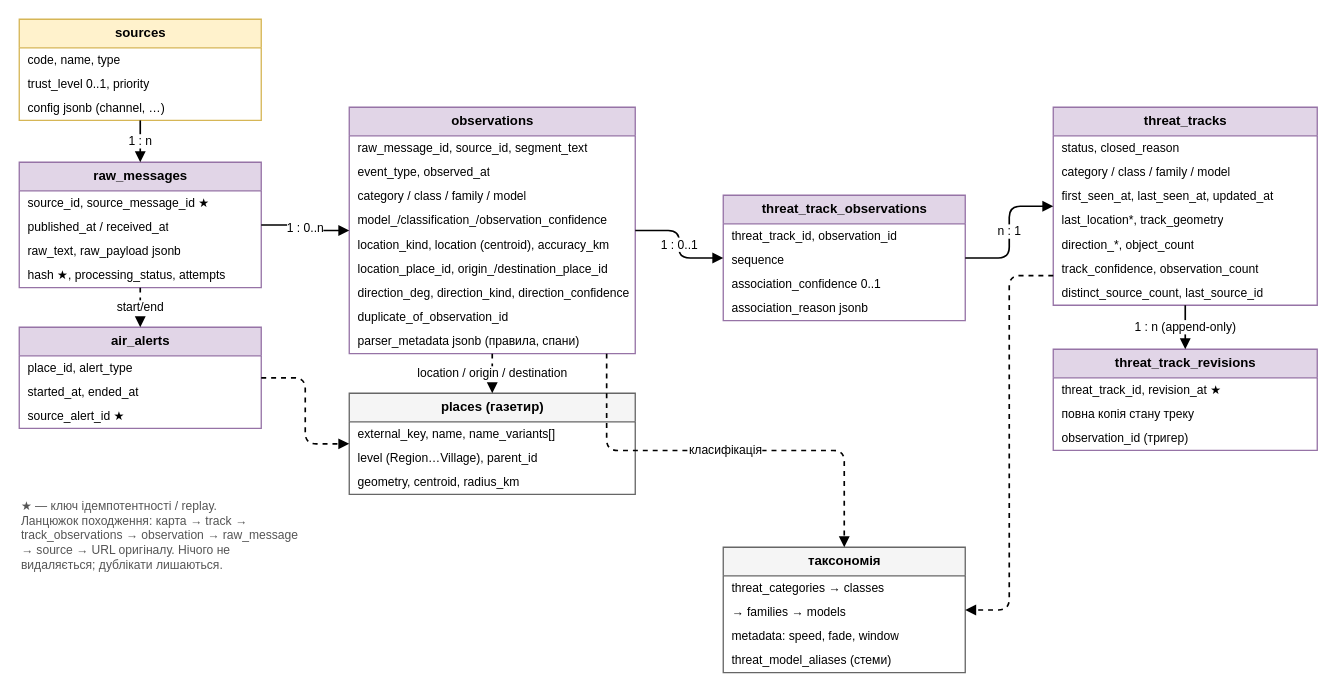
Before: docs/diagrams/03-data-model.drawio in sql-monk/Puluj, a draw.io diagram. Source tidied: cells renumbered, new cells numbered last; positions are measured from the earlier drawing's top-left corner, leaving out a move shared by most shapes. Both pictures are drawn from the tidied source at 110%, with x=0, y=0 at pixel (19, 19).
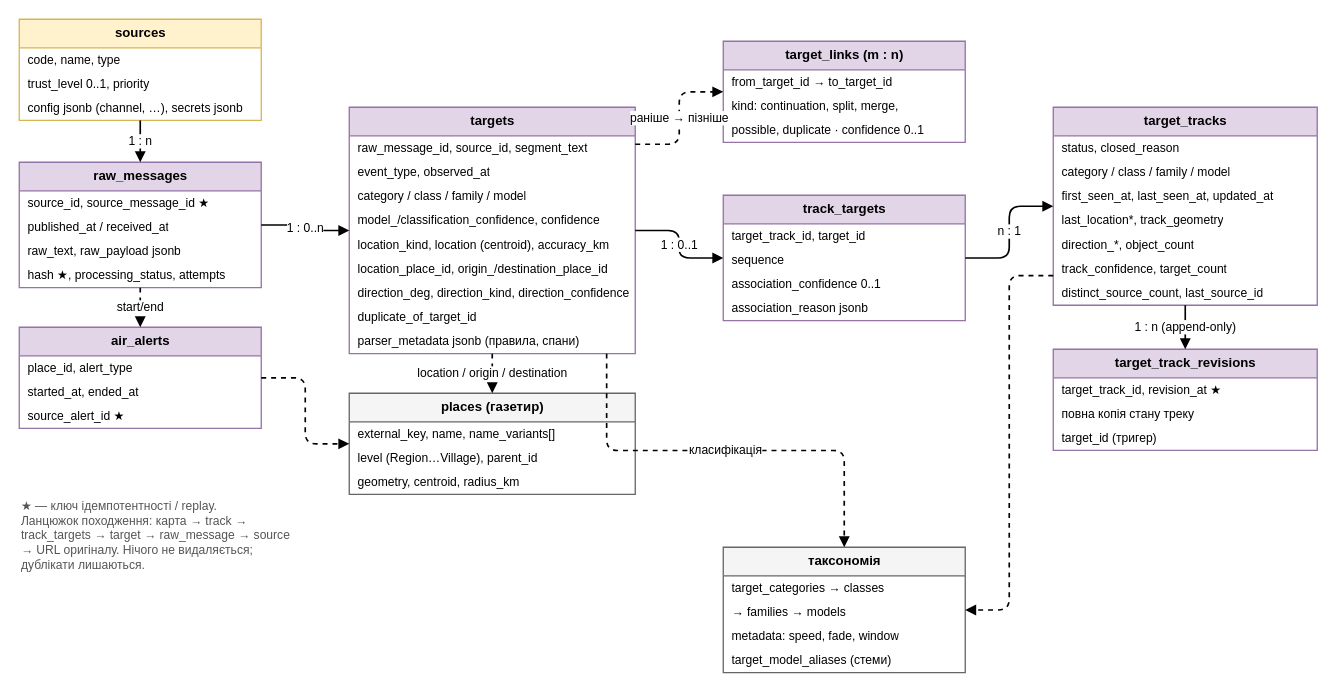
The same diagram, later.

Unchanged cells that the change refers to:
```xml
<mxCell id="2" value="sources" style="swimlane;fontStyle=1;horizontal=1;startSize=26;html=1;fontSize=12;strokeWidth=1.2;fillColor=#fff2cc;strokeColor=#d6b656;" parent="1" vertex="1">
  <mxGeometry width="220" height="92" as="geometry" />
</mxCell>
<mxCell id="6" value="raw_messages" style="swimlane;fontStyle=1;horizontal=1;startSize=26;html=1;fontSize=12;strokeWidth=1.2;fillColor=#e1d5e7;strokeColor=#9673a6;" parent="1" vertex="1">
  <mxGeometry y="130" width="220" height="114" as="geometry" />
</mxCell>
<mxCell id="38" value="places (газетир)" style="swimlane;fontStyle=1;horizontal=1;startSize=26;html=1;fontSize=12;strokeWidth=1.2;fillColor=#f5f5f5;strokeColor=#666666;" parent="1" vertex="1">
  <mxGeometry x="300" y="340" width="260" height="92" as="geometry" />
</mxCell>
<mxCell id="42" value="таксономія" style="swimlane;fontStyle=1;horizontal=1;startSize=26;html=1;fontSize=12;strokeWidth=1.2;fillColor=#f5f5f5;strokeColor=#666666;" parent="1" vertex="1">
  <mxGeometry x="640" y="480" width="220" height="114" as="geometry" />
</mxCell>
<mxCell id="47" value="air_alerts" style="swimlane;fontStyle=1;horizontal=1;startSize=26;html=1;fontSize=12;strokeWidth=1.2;fillColor=#e1d5e7;strokeColor=#9673a6;" parent="1" vertex="1">
  <mxGeometry y="280" width="220" height="92" as="geometry" />
</mxCell>
```

Change to the diagram source:
```diff
@@
-    <mxCell id="5" value="config jsonb (channel, …)" style="text;strokeColor=none;fillColor=none;align=left;verticalAlign=middle;spacingLeft=6;spacingRight=4;overflow=hidden;html=1;fontSize=11;" parent="2" vertex="1">
+    <mxCell id="5" value="config jsonb (channel, …), secrets jsonb" style="text;strokeColor=none;fillColor=none;align=left;verticalAlign=middle;spacingLeft=6;spacingRight=4;overflow=hidden;html=1;fontSize=11;" parent="2" vertex="1">
       <mxGeometry y="70" width="220" height="22" as="geometry" />
     </mxCell>
@@
-    <mxCell id="11" value="observations" style="swimlane;fontStyle=1;horizontal=1;startSize=26;html=1;fontSize=12;strokeWidth=1.2;fillColor=#e1d5e7;strokeColor=#9673a6;" parent="1" vertex="1">
+    <mxCell id="11" value="targets" style="swimlane;fontStyle=1;horizontal=1;startSize=26;html=1;fontSize=12;strokeWidth=1.2;fillColor=#e1d5e7;strokeColor=#9673a6;" parent="1" vertex="1">
       <mxGeometry x="300" y="80" width="260" height="224" as="geometry" />
     </mxCell>
@@
-    <mxCell id="15" value="model_/classification_/observation_confidence" style="text;strokeColor=none;fillColor=none;align=left;verticalAlign=middle;spacingLeft=6;spacingRight=4;overflow=hidden;html=1;fontSize=11;" parent="11" vertex="1">
+    <mxCell id="15" value="model_/classification_confidence, confidence" style="text;strokeColor=none;fillColor=none;align=left;verticalAlign=middle;spacingLeft=6;spacingRight=4;overflow=hidden;html=1;fontSize=11;" parent="11" vertex="1">
       <mxGeometry y="92" width="260" height="22" as="geometry" />
     </mxCell>
@@
-    <mxCell id="19" value="duplicate_of_observation_id" style="text;strokeColor=none;fillColor=none;align=left;verticalAlign=middle;spacingLeft=6;spacingRight=4;overflow=hidden;html=1;fontSize=11;" parent="11" vertex="1">
+    <mxCell id="19" value="duplicate_of_target_id" style="text;strokeColor=none;fillColor=none;align=left;verticalAlign=middle;spacingLeft=6;spacingRight=4;overflow=hidden;html=1;fontSize=11;" parent="11" vertex="1">
       <mxGeometry y="180" width="260" height="22" as="geometry" />
     </mxCell>
@@
-    <mxCell id="21" value="threat_track_observations" style="swimlane;fontStyle=1;horizontal=1;startSize=26;html=1;fontSize=12;strokeWidth=1.2;fillColor=#e1d5e7;strokeColor=#9673a6;" parent="1" vertex="1">
+    <mxCell id="21" value="track_targets" style="swimlane;fontStyle=1;horizontal=1;startSize=26;html=1;fontSize=12;strokeWidth=1.2;fillColor=#e1d5e7;strokeColor=#9673a6;" parent="1" vertex="1">
       <mxGeometry x="640" y="160" width="220" height="114" as="geometry" />
     </mxCell>
-    <mxCell id="22" value="threat_track_id, observation_id" style="text;strokeColor=none;fillColor=none;align=left;verticalAlign=middle;spacingLeft=6;spacingRight=4;overflow=hidden;html=1;fontSize=11;" parent="21" vertex="1">
+    <mxCell id="22" value="target_track_id, target_id" style="text;strokeColor=none;fillColor=none;align=left;verticalAlign=middle;spacingLeft=6;spacingRight=4;overflow=hidden;html=1;fontSize=11;" parent="21" vertex="1">
       <mxGeometry y="26" width="220" height="22" as="geometry" />
     </mxCell>
@@
-    <mxCell id="26" value="threat_tracks" style="swimlane;fontStyle=1;horizontal=1;startSize=26;html=1;fontSize=12;strokeWidth=1.2;fillColor=#e1d5e7;strokeColor=#9673a6;" parent="1" vertex="1">
+    <mxCell id="26" value="target_tracks" style="swimlane;fontStyle=1;horizontal=1;startSize=26;html=1;fontSize=12;strokeWidth=1.2;fillColor=#e1d5e7;strokeColor=#9673a6;" parent="1" vertex="1">
       <mxGeometry x="940" y="80" width="240" height="180" as="geometry" />
     </mxCell>
@@
-    <mxCell id="32" value="track_confidence, observation_count" style="text;strokeColor=none;fillColor=none;align=left;verticalAlign=middle;spacingLeft=6;spacingRight=4;overflow=hidden;html=1;fontSize=11;" parent="26" vertex="1">
+    <mxCell id="32" value="track_confidence, target_count" style="text;strokeColor=none;fillColor=none;align=left;verticalAlign=middle;spacingLeft=6;spacingRight=4;overflow=hidden;html=1;fontSize=11;" parent="26" vertex="1">
       <mxGeometry y="136" width="240" height="22" as="geometry" />
     </mxCell>
@@
-    <mxCell id="34" value="threat_track_revisions" style="swimlane;fontStyle=1;horizontal=1;startSize=26;html=1;fontSize=12;strokeWidth=1.2;fillColor=#e1d5e7;strokeColor=#9673a6;" parent="1" vertex="1">
+    <mxCell id="34" value="target_track_revisions" style="swimlane;fontStyle=1;horizontal=1;startSize=26;html=1;fontSize=12;strokeWidth=1.2;fillColor=#e1d5e7;strokeColor=#9673a6;" parent="1" vertex="1">
       <mxGeometry x="940" y="300" width="240" height="92" as="geometry" />
     </mxCell>
-    <mxCell id="35" value="threat_track_id, revision_at ★" style="text;strokeColor=none;fillColor=none;align=left;verticalAlign=middle;spacingLeft=6;spacingRight=4;overflow=hidden;html=1;fontSize=11;" parent="34" vertex="1">
+    <mxCell id="35" value="target_track_id, revision_at ★" style="text;strokeColor=none;fillColor=none;align=left;verticalAlign=middle;spacingLeft=6;spacingRight=4;overflow=hidden;html=1;fontSize=11;" parent="34" vertex="1">
       <mxGeometry y="26" width="240" height="22" as="geometry" />
     </mxCell>
@@
-    <mxCell id="37" value="observation_id (тригер)" style="text;strokeColor=none;fillColor=none;align=left;verticalAlign=middle;spacingLeft=6;spacingRight=4;overflow=hidden;html=1;fontSize=11;" parent="34" vertex="1">
+    <mxCell id="37" value="target_id (тригер)" style="text;strokeColor=none;fillColor=none;align=left;verticalAlign=middle;spacingLeft=6;spacingRight=4;overflow=hidden;html=1;fontSize=11;" parent="34" vertex="1">
       <mxGeometry y="70" width="240" height="22" as="geometry" />
     </mxCell>
@@
-    <mxCell id="43" value="threat_categories → classes" style="text;strokeColor=none;fillColor=none;align=left;verticalAlign=middle;spacingLeft=6;spacingRight=4;overflow=hidden;html=1;fontSize=11;" parent="42" vertex="1">
+    <mxCell id="43" value="target_categories → classes" style="text;strokeColor=none;fillColor=none;align=left;verticalAlign=middle;spacingLeft=6;spacingRight=4;overflow=hidden;html=1;fontSize=11;" parent="42" vertex="1">
       <mxGeometry y="26" width="220" height="22" as="geometry" />
     </mxCell>
@@
-    <mxCell id="46" value="threat_model_aliases (стеми)" style="text;strokeColor=none;fillColor=none;align=left;verticalAlign=middle;spacingLeft=6;spacingRight=4;overflow=hidden;html=1;fontSize=11;" parent="42" vertex="1">
+    <mxCell id="46" value="target_model_aliases (стеми)" style="text;strokeColor=none;fillColor=none;align=left;verticalAlign=middle;spacingLeft=6;spacingRight=4;overflow=hidden;html=1;fontSize=11;" parent="42" vertex="1">
       <mxGeometry y="92" width="220" height="22" as="geometry" />
     </mxCell>
@@
+    <mxCell id="62" value="target_links (m : n)" style="swimlane;fontStyle=1;horizontal=1;startSize=26;html=1;fontSize=12;strokeWidth=1.2;fillColor=#e1d5e7;strokeColor=#9673a6;" parent="1" vertex="1">
+      <mxGeometry x="640" y="20" width="220" height="92" as="geometry" />
+    </mxCell>
+    <mxCell id="63" value="from_target_id → to_target_id" style="text;strokeColor=none;fillColor=none;align=left;verticalAlign=middle;spacingLeft=6;spacingRight=4;overflow=hidden;html=1;fontSize=11;" parent="62" vertex="1">
+      <mxGeometry y="26" width="220" height="22" as="geometry" />
+    </mxCell>
+    <mxCell id="64" value="kind: continuation, split, merge," style="text;strokeColor=none;fillColor=none;align=left;verticalAlign=middle;spacingLeft=6;spacingRight=4;overflow=hidden;html=1;fontSize=11;" parent="62" vertex="1">
+      <mxGeometry y="48" width="220" height="22" as="geometry" />
+    </mxCell>
+    <mxCell id="65" value="possible, duplicate · confidence 0..1" style="text;strokeColor=none;fillColor=none;align=left;verticalAlign=middle;spacingLeft=6;spacingRight=4;overflow=hidden;html=1;fontSize=11;" parent="62" vertex="1">
+      <mxGeometry y="70" width="220" height="22" as="geometry" />
+    </mxCell>
@@
-    <mxCell id="54" value="n : 1" style="edgeStyle=orthogonalEdgeStyle;rounded=1;html=1;endArrow=block;endFill=1;strokeWidth=1.5;fontSize=11;exitX=1;exitY=0.5;exitDx=0;exitDy=0;entryX=0;entryY=0.5;entryDx=0;entryDy=0;" parent="1" edge="1" source="21" target="26">
+    <mxCell id="54" value="раніше → пізніше" style="edgeStyle=orthogonalEdgeStyle;rounded=1;html=1;endArrow=block;endFill=1;strokeWidth=1.5;fontSize=11;exitX=1;exitY=0.15;exitDx=0;exitDy=0;entryX=0;entryY=0.5;entryDx=0;entryDy=0;dashed=1;" parent="1" edge="1" source="11" target="62">
       <mxGeometry relative="1" as="geometry" />
     </mxCell>
-    <mxCell id="55" value="1 : n (append-only)" style="edgeStyle=orthogonalEdgeStyle;rounded=1;html=1;endArrow=block;endFill=1;strokeWidth=1.5;fontSize=11;exitX=0.5;exitY=1;exitDx=0;exitDy=0;entryX=0.5;entryY=0;entryDx=0;entryDy=0;" parent="1" edge="1" source="26" target="34">
+    <mxCell id="55" value="n : 1" style="edgeStyle=orthogonalEdgeStyle;rounded=1;html=1;endArrow=block;endFill=1;strokeWidth=1.5;fontSize=11;exitX=1;exitY=0.5;exitDx=0;exitDy=0;entryX=0;entryY=0.5;entryDx=0;entryDy=0;" parent="1" edge="1" source="21" target="26">
       <mxGeometry relative="1" as="geometry" />
     </mxCell>
-    <mxCell id="56" value="location / origin / destination" style="edgeStyle=orthogonalEdgeStyle;rounded=1;html=1;endArrow=block;endFill=1;strokeWidth=1.5;fontSize=11;exitX=0.5;exitY=1;exitDx=0;exitDy=0;entryX=0.5;entryY=0;entryDx=0;entryDy=0;dashed=1;" parent="1" edge="1" source="11" target="38">
+    <mxCell id="56" value="1 : n (append-only)" style="edgeStyle=orthogonalEdgeStyle;rounded=1;html=1;endArrow=block;endFill=1;strokeWidth=1.5;fontSize=11;exitX=0.5;exitY=1;exitDx=0;exitDy=0;entryX=0.5;entryY=0;entryDx=0;entryDy=0;" parent="1" edge="1" source="26" target="34">
       <mxGeometry relative="1" as="geometry" />
     </mxCell>
-    <mxCell id="57" value="класифікація" style="edgeStyle=orthogonalEdgeStyle;rounded=1;html=1;endArrow=block;endFill=1;strokeWidth=1.5;fontSize=11;exitX=0.9;exitY=1;exitDx=0;exitDy=0;entryX=0.5;entryY=0;entryDx=0;entryDy=0;dashed=1;" parent="1" edge="1" source="11" target="42">
+    <mxCell id="57" value="location / origin / destination" style="edgeStyle=orthogonalEdgeStyle;rounded=1;html=1;endArrow=block;endFill=1;strokeWidth=1.5;fontSize=11;exitX=0.5;exitY=1;exitDx=0;exitDy=0;entryX=0.5;entryY=0;entryDx=0;entryDy=0;dashed=1;" parent="1" edge="1" source="11" target="38">
       <mxGeometry relative="1" as="geometry" />
     </mxCell>
-    <mxCell id="58" style="edgeStyle=orthogonalEdgeStyle;rounded=1;html=1;endArrow=block;endFill=1;strokeWidth=1.5;fontSize=11;exitX=0;exitY=0.85;exitDx=0;exitDy=0;entryX=1;entryY=0.5;entryDx=0;entryDy=0;dashed=1;" parent="1" edge="1" source="26" target="42">
+    <mxCell id="58" value="класифікація" style="edgeStyle=orthogonalEdgeStyle;rounded=1;html=1;endArrow=block;endFill=1;strokeWidth=1.5;fontSize=11;exitX=0.9;exitY=1;exitDx=0;exitDy=0;entryX=0.5;entryY=0;entryDx=0;entryDy=0;dashed=1;" parent="1" edge="1" source="11" target="42">
       <mxGeometry relative="1" as="geometry" />
     </mxCell>
-    <mxCell id="59" style="edgeStyle=orthogonalEdgeStyle;rounded=1;html=1;endArrow=block;endFill=1;strokeWidth=1.5;fontSize=11;exitX=1;exitY=0.5;exitDx=0;exitDy=0;entryX=0;entryY=0.5;entryDx=0;entryDy=0;dashed=1;" parent="1" edge="1" source="47" target="38">
+    <mxCell id="59" style="edgeStyle=orthogonalEdgeStyle;rounded=1;html=1;endArrow=block;endFill=1;strokeWidth=1.5;fontSize=11;exitX=0;exitY=0.85;exitDx=0;exitDy=0;entryX=1;entryY=0.5;entryDx=0;entryDy=0;dashed=1;" parent="1" edge="1" source="26" target="42">
       <mxGeometry relative="1" as="geometry" />
     </mxCell>
-    <mxCell id="60" value="start/end" style="edgeStyle=orthogonalEdgeStyle;rounded=1;html=1;endArrow=block;endFill=1;strokeWidth=1.5;fontSize=11;exitX=0.5;exitY=1;exitDx=0;exitDy=0;entryX=0.5;entryY=0;entryDx=0;entryDy=0;dashed=1;" parent="1" edge="1" source="6" target="47">
+    <mxCell id="60" style="edgeStyle=orthogonalEdgeStyle;rounded=1;html=1;endArrow=block;endFill=1;strokeWidth=1.5;fontSize=11;exitX=1;exitY=0.5;exitDx=0;exitDy=0;entryX=0;entryY=0.5;entryDx=0;entryDy=0;dashed=1;" parent="1" edge="1" source="47" target="38">
       <mxGeometry relative="1" as="geometry" />
     </mxCell>
-    <mxCell id="61" value="★ — ключ ідемпотентності / replay.&lt;br&gt;Ланцюжок походження: карта → track → track_observations → observation → raw_message → source → URL оригіналу. Нічого не видаляється; дублікати лишаються." style="text;html=1;align=left;verticalAlign=top;whiteSpace=wrap;fontSize=11;fontColor=#555555;" parent="1" vertex="1">
-      <mxGeometry y="430" width="260" height="90" as="geometry" />
+    <mxCell id="61" value="start/end" style="edgeStyle=orthogonalEdgeStyle;rounded=1;html=1;endArrow=block;endFill=1;strokeWidth=1.5;fontSize=11;exitX=0.5;exitY=1;exitDx=0;exitDy=0;entryX=0.5;entryY=0;entryDx=0;entryDy=0;dashed=1;" parent="1" edge="1" source="6" target="47">
+      <mxGeometry relative="1" as="geometry" />
     </mxCell>
+    <mxCell id="66" value="★ — ключ ідемпотентності / replay.&lt;br&gt;Ланцюжок походження: карта → track → track_targets → target → raw_message → source → URL оригіналу. Нічого не видаляється; дублікати лишаються." style="text;html=1;align=left;verticalAlign=top;whiteSpace=wrap;fontSize=11;fontColor=#555555;" parent="1" vertex="1">
+      <mxGeometry y="430" width="260" height="90" as="geometry" />
+    </mxCell>
```
